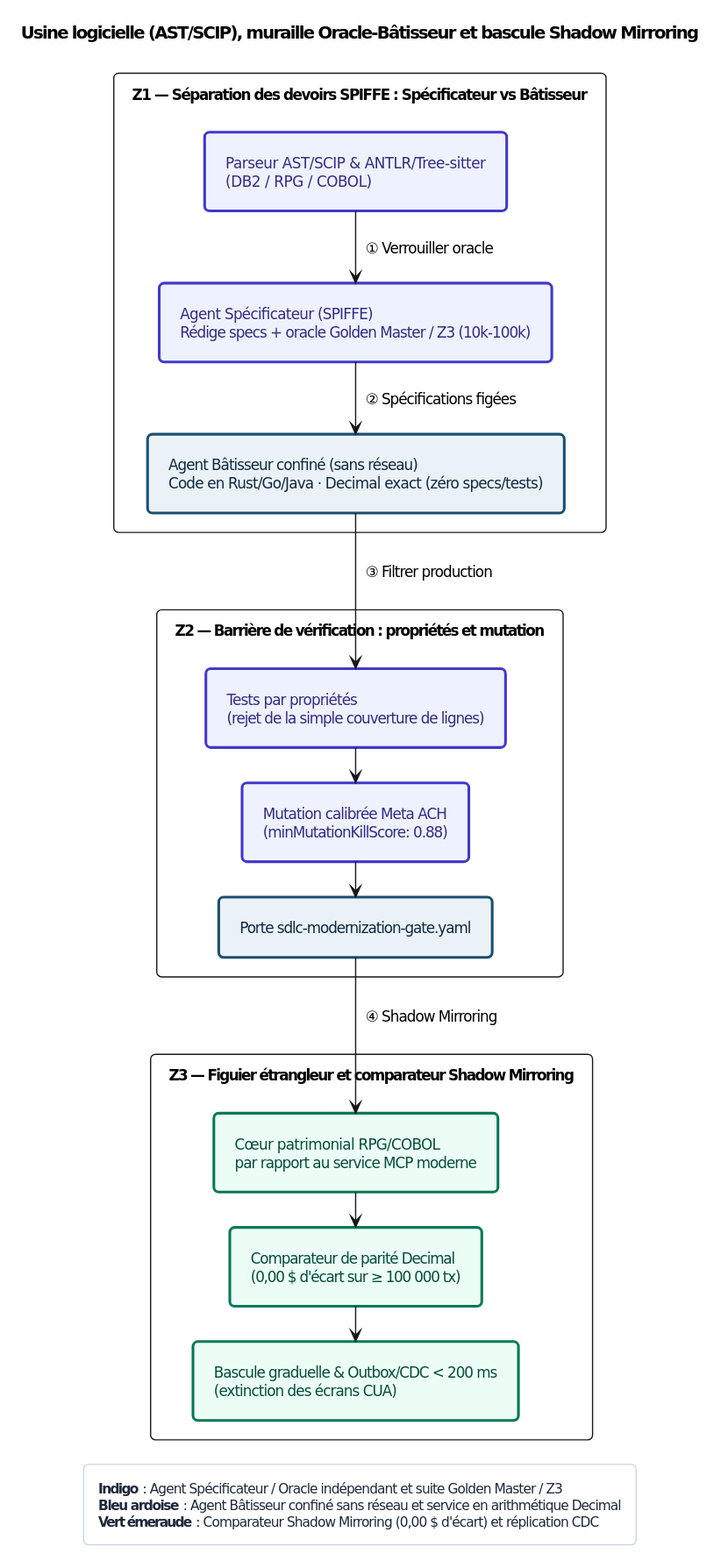
Earlier version of the PlantUML export Compendium/ouvrage/schemas/rendus/SCH-04-03.svg (agbruneau/Agentique).
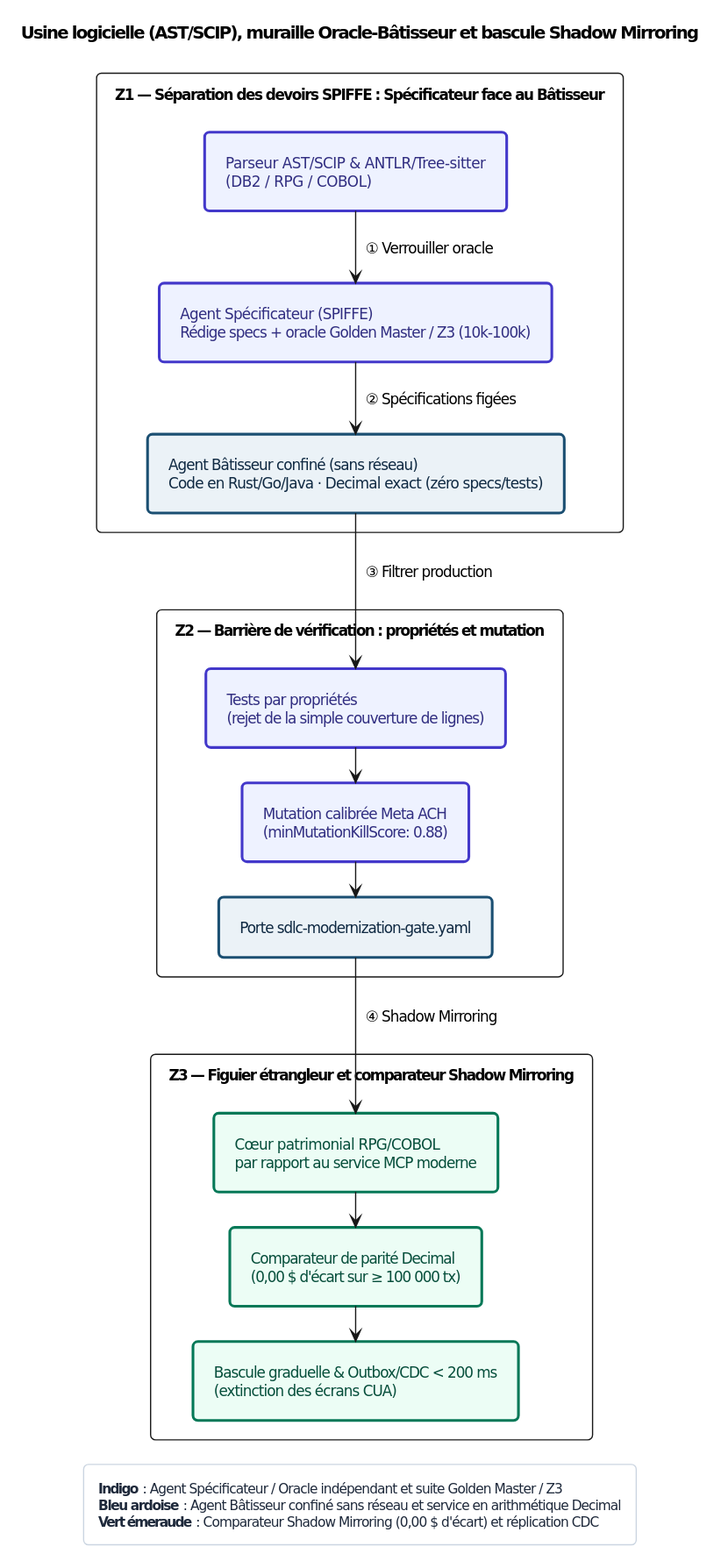
Later version of the same file.

What changed in the source:
```diff
@@ -27,7 +27,7 @@
 top to bottom direction
 title Usine logicielle (AST/SCIP), muraille Oracle-Bâtisseur et bascule Shadow Mirroring
 
-package "Z1 — Séparation des devoirs SPIFFE : Spécificateur vs Bâtisseur" {
+package "Z1 — Séparation des devoirs SPIFFE : Spécificateur face au Bâtisseur" {
   rectangle "Parseur AST/SCIP & ANTLR/Tree-sitter\n(DB2 / RPG / COBOL)" as N1 <<indigo>>
   rectangle "Agent Spécificateur (SPIFFE)\nRédige specs + oracle Golden Master / Z3 (10k-100k)" as N2 <<indigo>>
   rectangle "Agent Bâtisseur confiné (sans réseau)\nCode en Rust/Go/Java · Decimal exact (zéro specs/tests)" as N3 <<det>>
```
